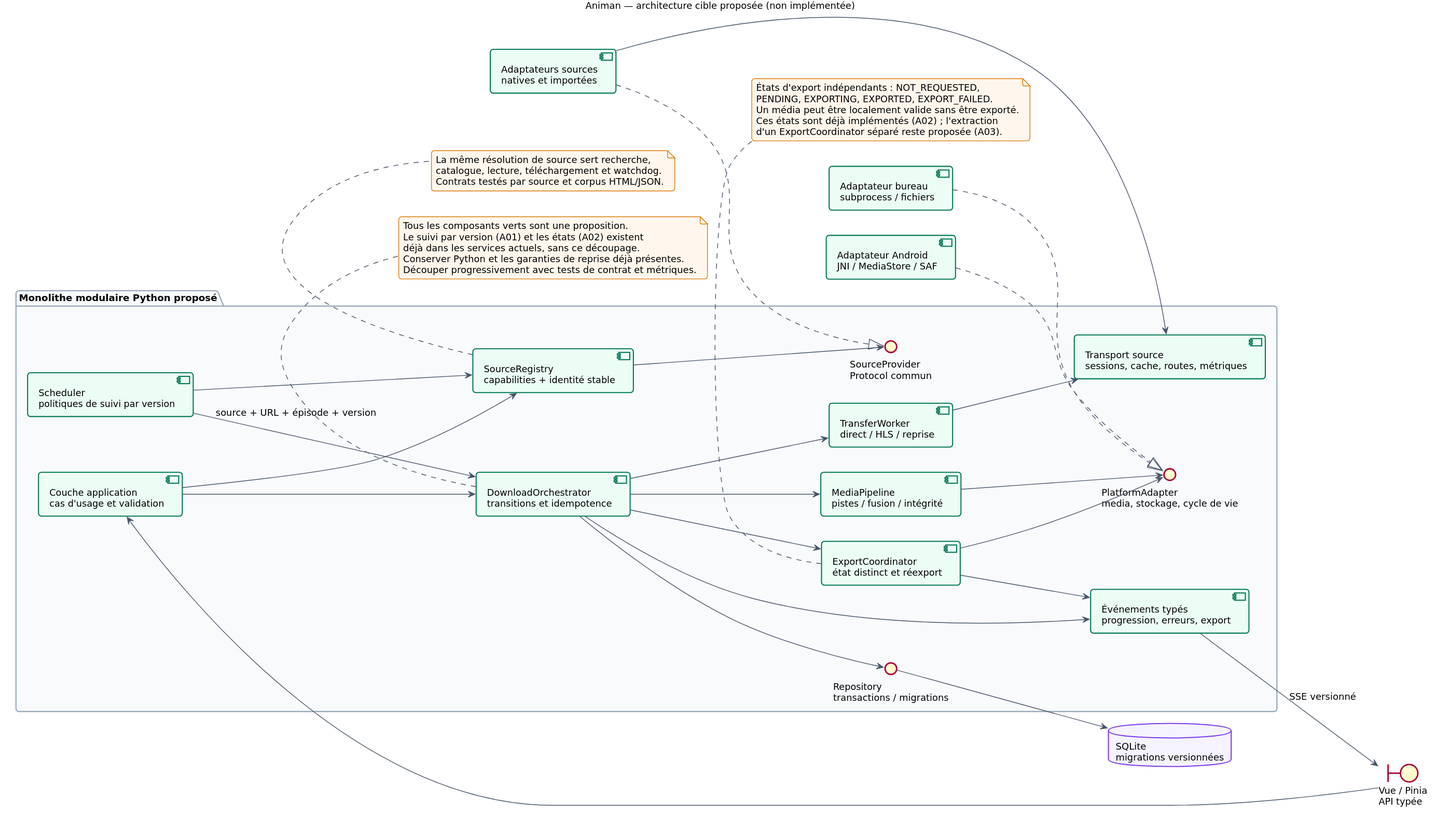
Before: docs/architecture/svg/17-cible-amelioree.svg, a diagram exported from PlantUML (loeuf237/animan-python).
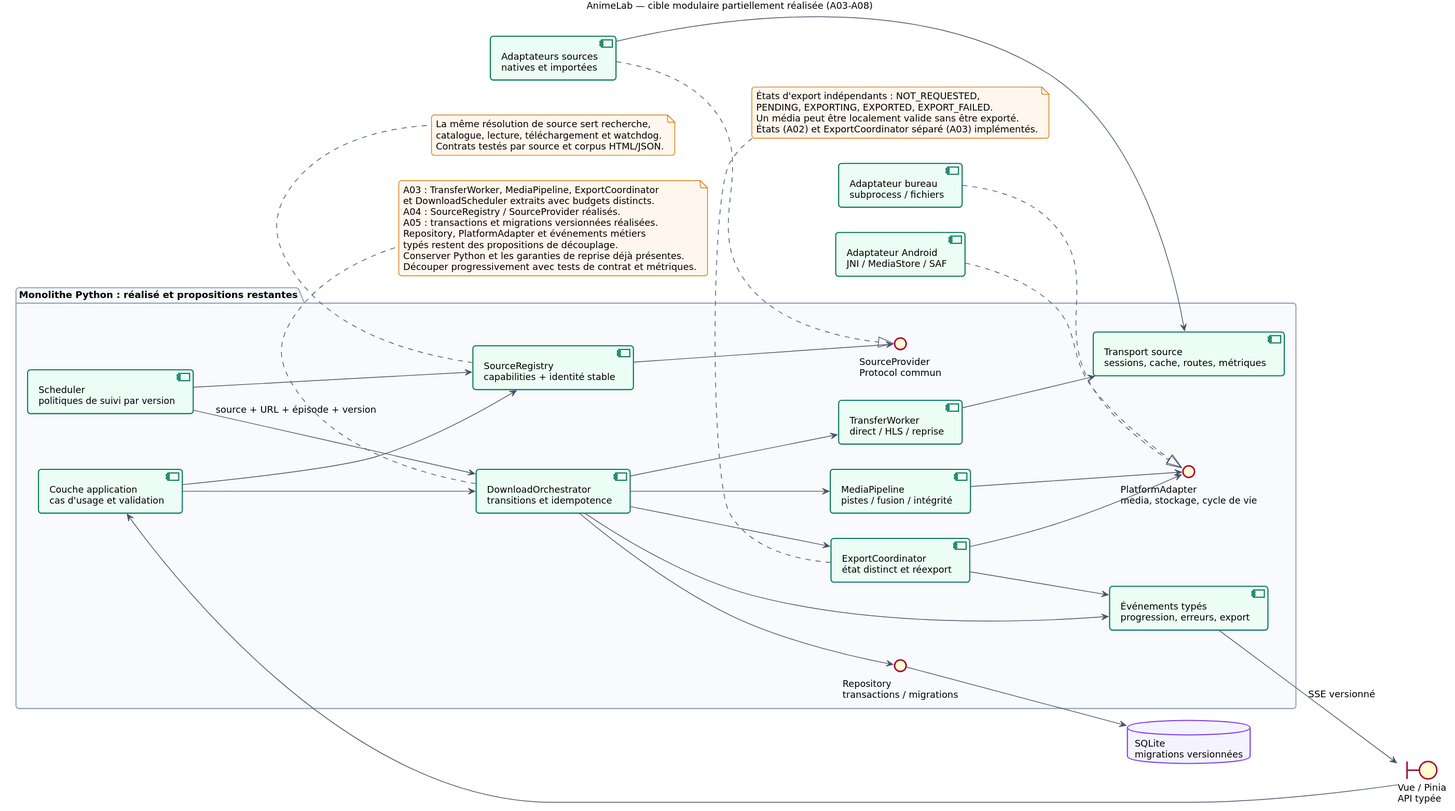
The same diagram one commit later.

What changed in the source:
```diff
@@ -24,12 +24,12 @@
 skinparam databaseBackgroundColor #F5F3FF
 skinparam databaseBorderColor #7C3AED
 hide empty members
-title Animan — architecture cible proposée (non implémentée)
+title AnimeLab — cible modulaire partiellement réalisée (A03-A08)
 left to right direction
 skinparam componentBackgroundColor #ECFDF5
 skinparam componentBorderColor #047857
 boundary "Vue / Pinia\nAPI typée" as UI
-package "Monolithe modulaire Python proposé" {
+package "Monolithe Python : réalisé et propositions restantes" {
   component "Couche application\ncas d'usage et validation" as App
   component "SourceRegistry\ncapabilities + identité stable" as Registry
   interface "SourceProvider\nProtocol commun" as SourcePort
@@ -72,8 +72,7 @@
 États d'export indépendants : NOT_REQUESTED,
 PENDING, EXPORTING, EXPORTED, EXPORT_FAILED.
 Un média peut être localement valide sans être exporté.
-Ces états sont déjà implémentés (A02) ; l'extraction
-d'un ExportCoordinator séparé reste proposée (A03).
+États (A02) et ExportCoordinator séparé (A03) implémentés.
 end note
 note bottom of Registry
 La même résolution de source sert recherche,
@@ -81,9 +80,12 @@
 Contrats testés par source et corpus HTML/JSON.
 end note
 note bottom of Orchestrator
-Tous les composants verts sont une proposition.
-Le suivi par version (A01) et les états (A02) existent
-déjà dans les services actuels, sans ce découpage.
+A03 : TransferWorker, MediaPipeline, ExportCoordinator
+et DownloadScheduler extraits avec budgets distincts.
+A04 : SourceRegistry / SourceProvider réalisés.
+A05 : transactions et migrations versionnées réalisées.
+Repository, PlatformAdapter et événements métiers
+typés restent des propositions de découplage.
 Conserver Python et les garanties de reprise déjà présentes.
 Découper progressivement avec tests de contrat et métriques.
 end note
```
